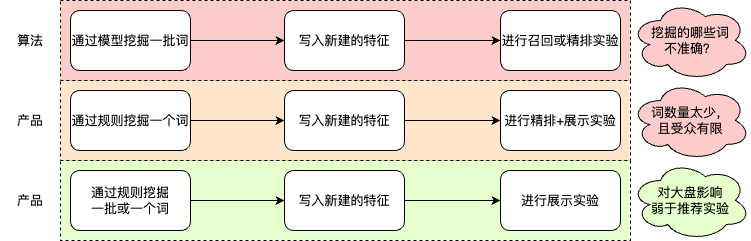
The draw.io diagram work-draw-file/标签词库背景.png in liujunao/draw-data, before a commit. Source tidied: cells renumbered, new cells last; positions are measured from the earlier drawing's top-left corner, leaving out a move shared by most shapes.
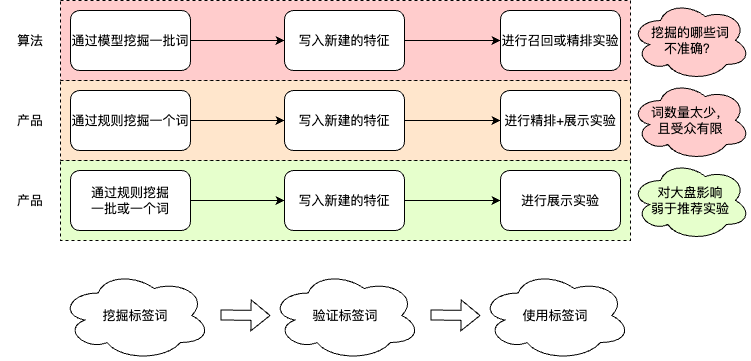
Above is the later version.

Commit message:
更新标签词库背景.png

Diff of the diagram source:
```diff
@@ -74,5 +74,26 @@
     <mxCell id="25" value="产品" style="text;html=1;strokeColor=none;fillColor=none;align=center;verticalAlign=middle;whiteSpace=wrap;rounded=0;" parent="1" vertex="1">
       <mxGeometry y="185" width="60" height="30" as="geometry" />
     </mxCell>
+    <mxCell id="26" value="挖掘标签词" style="ellipse;shape=cloud;whiteSpace=wrap;html=1;" parent="1" vertex="1">
+      <mxGeometry x="60" y="270" width="150" height="90" as="geometry" />
+    </mxCell>
+    <mxCell id="27" value="验证标签词" style="ellipse;shape=cloud;whiteSpace=wrap;html=1;" parent="1" vertex="1">
+      <mxGeometry x="270" y="270" width="150" height="90" as="geometry" />
+    </mxCell>
+    <mxCell id="28" value="使用标签词" style="ellipse;shape=cloud;whiteSpace=wrap;html=1;" parent="1" vertex="1">
+      <mxGeometry x="480" y="270" width="150" height="90" as="geometry" />
+    </mxCell>
+    <mxCell id="29" style="shape=flexArrow;endArrow=classic;html=1;rounded=0;" parent="1" edge="1">
+      <mxGeometry relative="1" as="geometry">
+        <mxPoint x="220" y="314.5" as="sourcePoint" />
+        <mxPoint x="270" y="315" as="targetPoint" />
+      </mxGeometry>
+    </mxCell>
+    <mxCell id="30" style="shape=flexArrow;endArrow=classic;html=1;rounded=0;" parent="1" edge="1">
+      <mxGeometry relative="1" as="geometry">
+        <mxPoint x="430" y="314.5" as="sourcePoint" />
+        <mxPoint x="480" y="315" as="targetPoint" />
+      </mxGeometry>
+    </mxCell>
   </root>
 </mxGraphModel>
```
